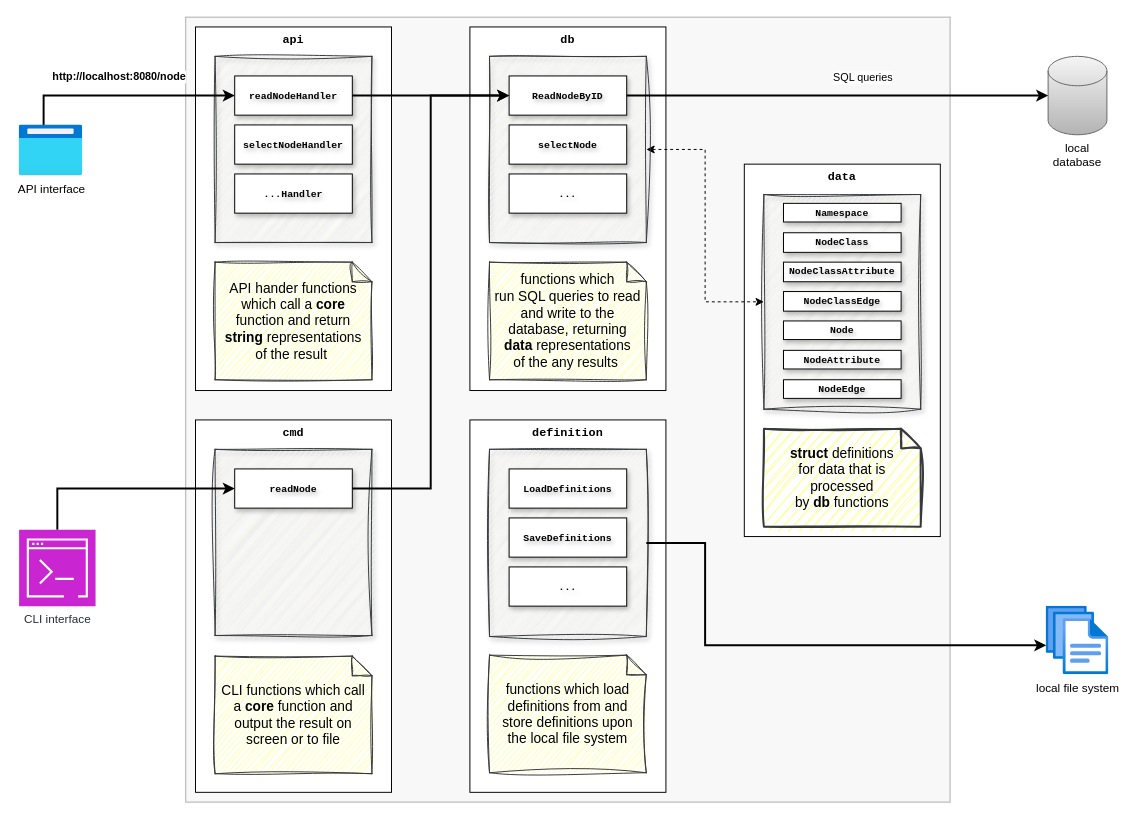
nextmetaphor/definition-graph keeps this draw.io diagram as doc/package.drawio. Above is the earlier version. Source tidied: cells renumbered, new cells numbered last; positions are measured from the earlier drawing's top-left corner, leaving out a move shared by most shapes. Both pictures are drawn from the tidied source at 98%, with x=0, y=0 at pixel (19, 17).
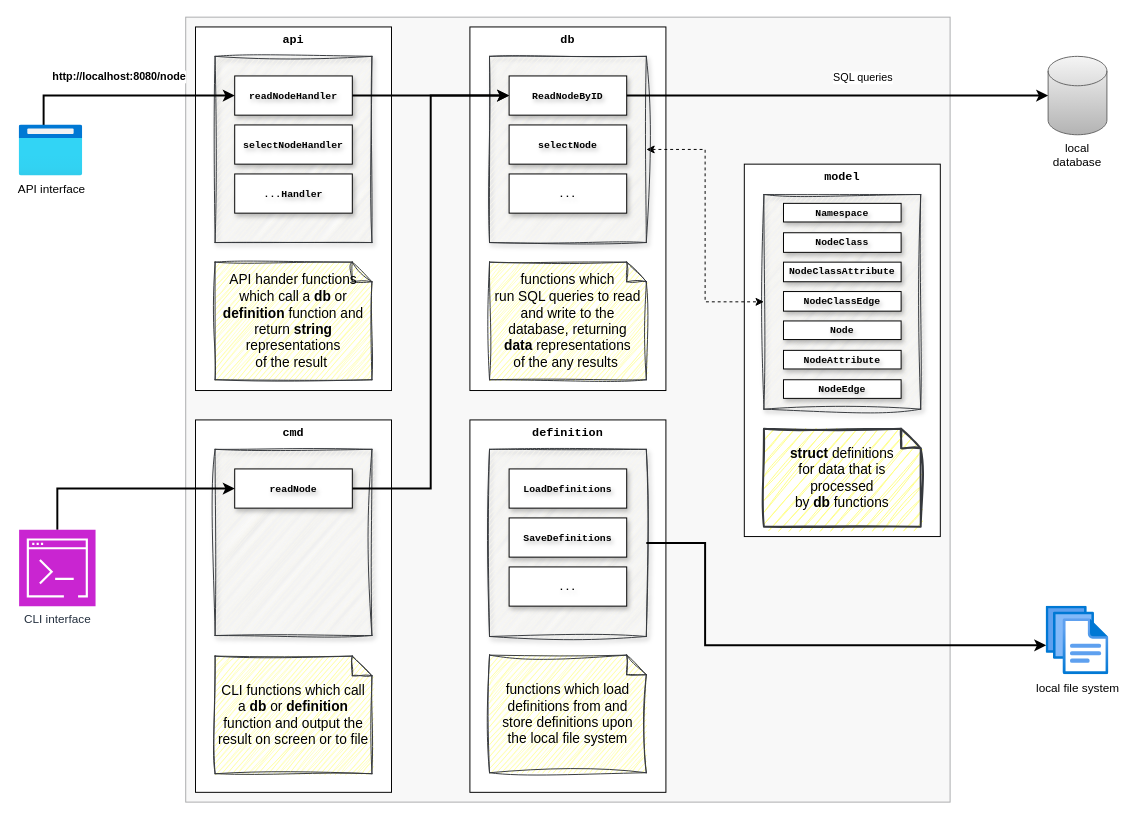
After the change.

The change refers to these unchanged cells:
```xml
<mxCell id="19" style="group;" parent="1" vertex="1">
  <mxGeometry x="740" y="150" width="200" height="380" as="geometry" />
</mxCell>
```

The edit, as a diff of the source:
```diff
@@
-    <mxCell id="5" value="API hander functions which call a&amp;nbsp;&lt;b&gt;core&lt;/b&gt; function and return &lt;b&gt;string&lt;/b&gt; representations&lt;br&gt;of the result&amp;nbsp;" style="shape=note;strokeWidth=1;fontSize=14;size=20;whiteSpace=wrap;html=1;fillColor=#ffff88;strokeColor=#36393d;sketch=1;curveFitting=1;jiggle=2;" parent="1" vertex="1">
+    <mxCell id="5" value="API hander functions which call a&amp;nbsp;&lt;b&gt;db&lt;/b&gt;&amp;nbsp;or &lt;b&gt;definition&lt;/b&gt; function and return &lt;b&gt;string&lt;/b&gt; representations&lt;br&gt;of the result&amp;nbsp;" style="shape=note;strokeWidth=1;fontSize=14;size=20;whiteSpace=wrap;html=1;fillColor=#ffff88;strokeColor=#36393d;sketch=1;curveFitting=1;jiggle=2;" parent="1" vertex="1">
       <mxGeometry x="200" y="250" width="160" height="120" as="geometry" />
     </mxCell>
@@
-    <mxCell id="12" value="CLI functions which call a&amp;nbsp;&lt;b&gt;core&lt;/b&gt; function and output the result on screen or to file" style="shape=note;strokeWidth=1;fontSize=14;size=20;whiteSpace=wrap;html=1;fillColor=#ffff88;strokeColor=#36393d;sketch=1;curveFitting=1;jiggle=2;" parent="1" vertex="1">
+    <mxCell id="12" value="CLI functions which call a&amp;nbsp;&lt;b&gt;db&lt;/b&gt;&amp;nbsp;or &lt;b&gt;definition&lt;/b&gt; function and output the result on screen or to file" style="shape=note;strokeWidth=1;fontSize=14;size=20;whiteSpace=wrap;html=1;fillColor=#ffff88;strokeColor=#36393d;sketch=1;curveFitting=1;jiggle=2;" parent="1" vertex="1">
       <mxGeometry x="200" y="652" width="160" height="120" as="geometry" />
     </mxCell>
@@
-    <mxCell id="20" value="&lt;span&gt;data&lt;/span&gt;" style="rounded=0;whiteSpace=wrap;html=1;verticalAlign=top;fontStyle=1;fontFamily=Courier New;fillColor=default;" parent="19" vertex="1">
+    <mxCell id="20" value="&lt;span&gt;model&lt;/span&gt;" style="rounded=0;whiteSpace=wrap;html=1;verticalAlign=top;fontStyle=1;fontFamily=Courier New;fillColor=default;" parent="19" vertex="1">
       <mxGeometry width="200" height="380" as="geometry" />
     </mxCell>
```
